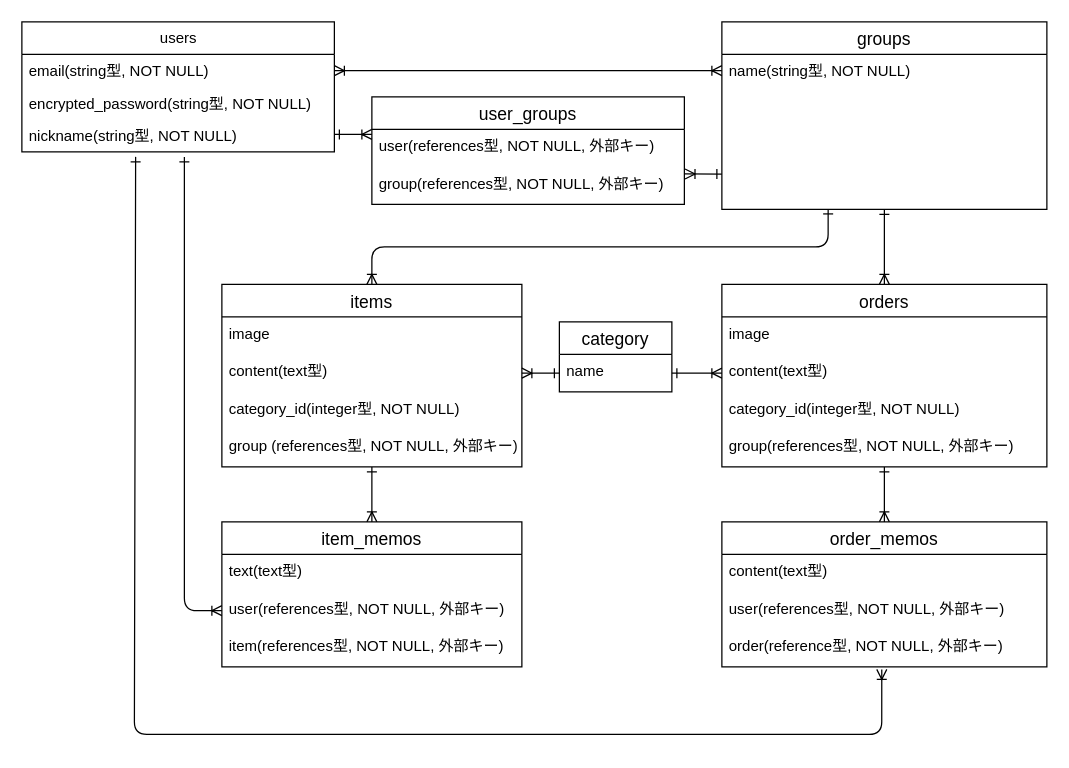
komafuji820/kauzo keeps this draw.io diagram as kauzo.drawio. Above is the earlier version. Source tidied: cells renumbered, new cells numbered last; positions are measured from the earlier drawing's top-left corner, leaving out a move shared by most shapes. Both pictures are drawn from the tidied source at 125%, with x=0, y=0 at pixel (21, 21).
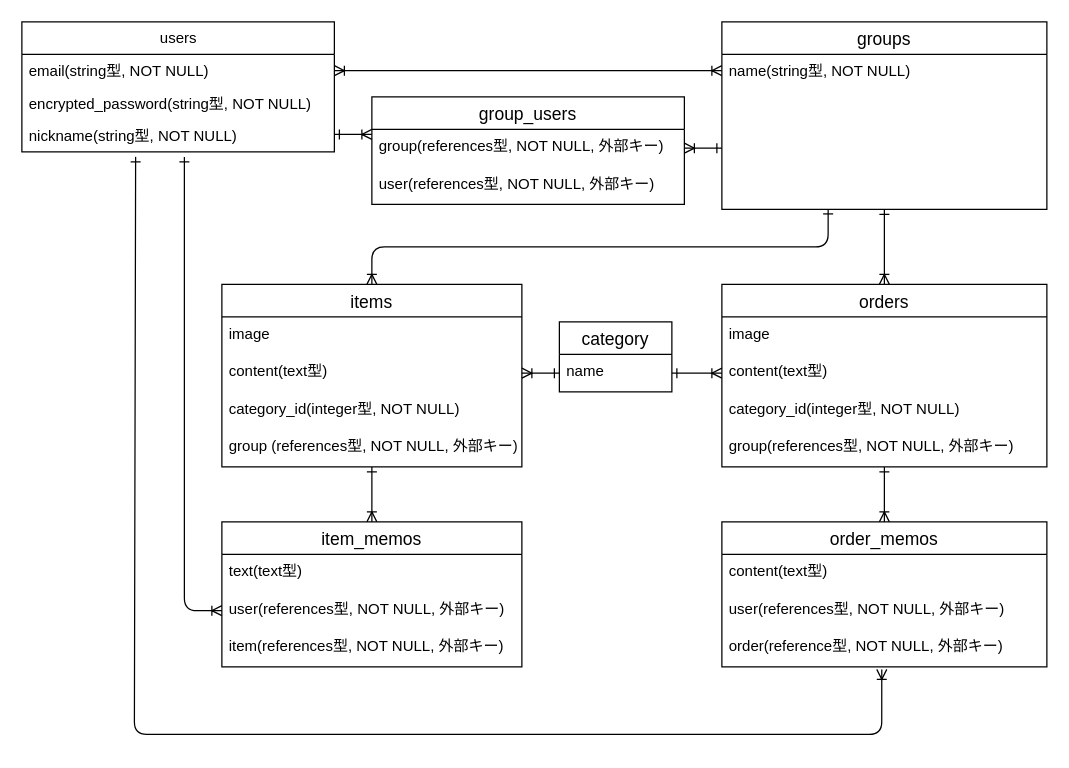
After the change.

Commit message (it also covers changes not shown here):
中間テーブル名を修正

The change refers to these unchanged cells:
```xml
<mxCell id="10" value="name(string型, NOT NULL)" style="text;strokeColor=none;fillColor=none;spacingLeft=4;spacingRight=4;overflow=hidden;points=[[0,0.5],[1,0.5]];portConstraint=eastwest;fontSize=12;" parent="9" vertex="1">
  <mxGeometry y="26" width="260" height="124" as="geometry" />
</mxCell>
```

What changed in the source:
```diff
@@
-    <mxCell id="6" value="user_groups" style="swimlane;fontStyle=0;horizontal=1;startSize=26;align=center;fontSize=14;" parent="1" vertex="1">
+    <mxCell id="6" value="group_users" style="swimlane;fontStyle=0;horizontal=1;startSize=26;align=center;fontSize=14;" parent="1" vertex="1">
       <mxGeometry x="280" y="60" width="250" height="86" as="geometry" />
     </mxCell>
+    <mxCell id="8" value="group(references型, NOT NULL, 外部キー)" style="text;strokeColor=none;fillColor=none;spacingLeft=4;spacingRight=4;overflow=hidden;points=[[0,0.5],[1,0.5]];portConstraint=eastwest;fontSize=12;" parent="6" vertex="1">
+      <mxGeometry y="26" width="250" height="30" as="geometry" />
+    </mxCell>
     <mxCell id="7" value="user(references型, NOT NULL, 外部キー)" style="text;strokeColor=none;fillColor=none;spacingLeft=4;spacingRight=4;overflow=hidden;fontSize=12;" parent="6" vertex="1">
-      <mxGeometry y="26" width="250" height="30" as="geometry" />
+      <mxGeometry y="56" width="250" height="30" as="geometry" />
     </mxCell>
-    <mxCell id="8" value="group(references型, NOT NULL, 外部キー)" style="text;strokeColor=none;fillColor=none;spacingLeft=4;spacingRight=4;overflow=hidden;points=[[0,0.5],[1,0.5]];portConstraint=eastwest;fontSize=12;" parent="6" vertex="1">
-      <mxGeometry y="56" width="250" height="30" as="geometry" />
-    </mxCell>
@@
-    <mxCell id="39" style="html=1;exitX=0;exitY=0.772;exitDx=0;exitDy=0;startArrow=ERone;startFill=0;endArrow=ERoneToMany;endFill=0;entryX=1.002;entryY=0.189;entryDx=0;entryDy=0;entryPerimeter=0;exitPerimeter=0;" parent="1" edge="1" source="10" target="8">
-      <mxGeometry relative="1" as="geometry" />
-    </mxCell>
@@
+    <mxCell id="42" style="edgeStyle=none;html=1;exitX=1;exitY=0.5;exitDx=0;exitDy=0;entryX=0;entryY=0.605;entryDx=0;entryDy=0;entryPerimeter=0;startArrow=ERoneToMany;startFill=0;endArrow=ERone;endFill=0;" parent="1" edge="1" source="8" target="10">
+      <mxGeometry relative="1" as="geometry" />
+    </mxCell>
```
